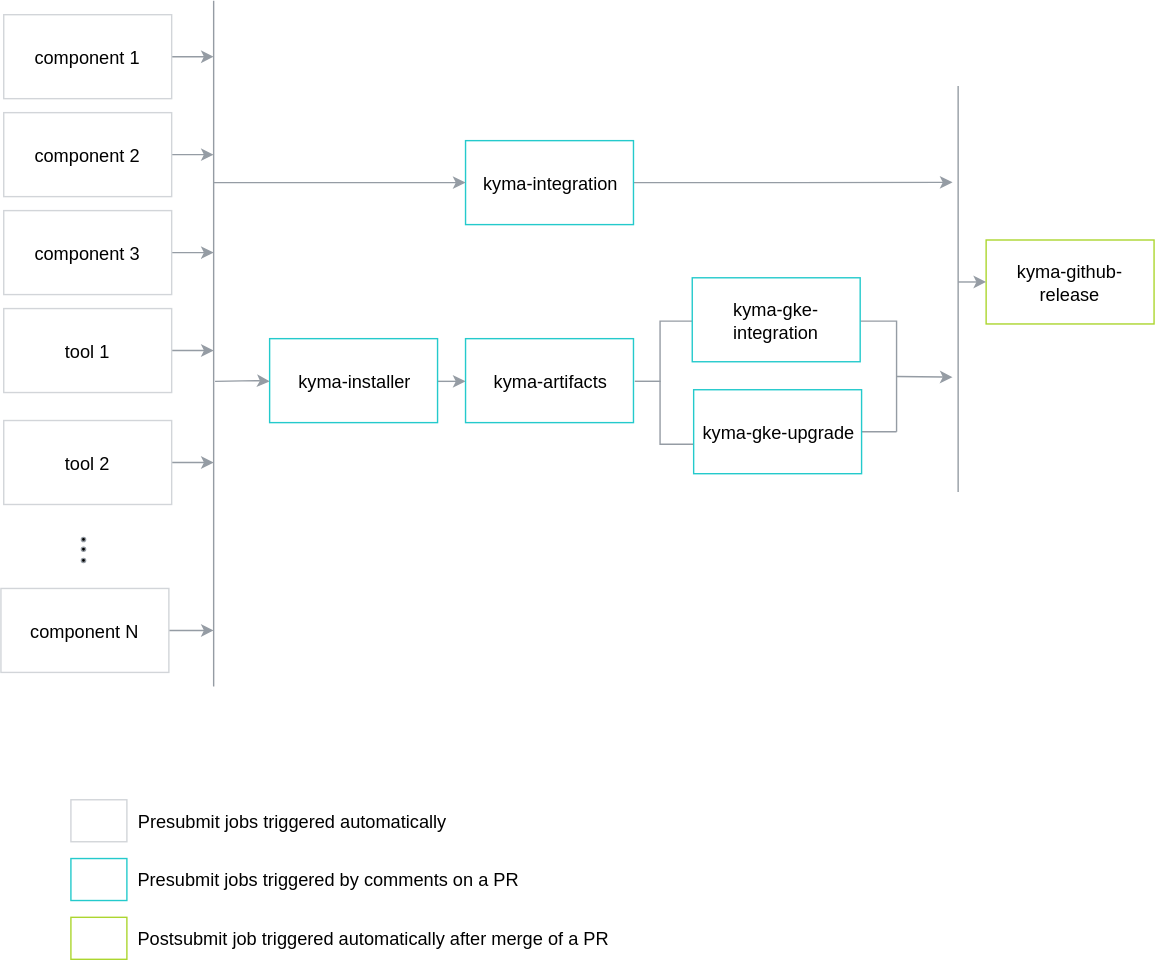
Before: assets/kyma-rel-jobs.svg, a diagram exported from draw.io (kyma-project/community). Source tidied: cells renumbered, new cells last; positions are measured from the earlier drawing's top-left corner, leaving out a move shared by most shapes.
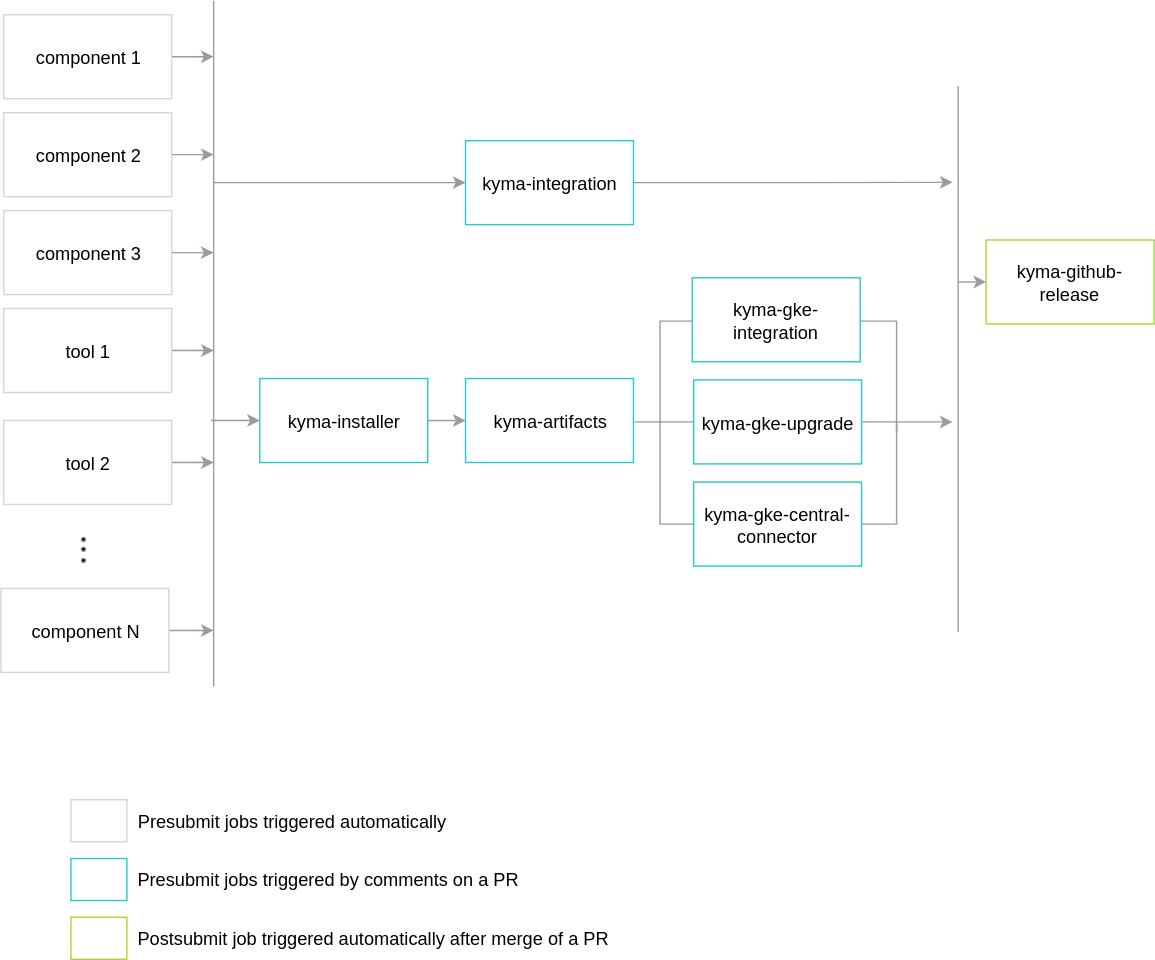
Later version of the same file.

Commit message:
Improve release process instruction

What changed in the source:
```diff
@@ -56,15 +56,12 @@
         <mxPoint x="640" y="308" as="targetPoint" />
       </mxGeometry>
     </mxCell>
-    <mxCell id="15" style="edgeStyle=orthogonalEdgeStyle;rounded=0;html=1;exitX=1;exitY=0.5;entryX=0;entryY=0.5;jettySize=auto;strokeColor=#959CA4;" parent="1" edge="1" source="16" target="18">
+    <mxCell id="15" style="edgeStyle=orthogonalEdgeStyle;rounded=0;html=1;entryX=0;entryY=0.5;jettySize=auto;strokeColor=#959CA4;exitX=1;exitY=0.5;exitDx=0;exitDy=0;" parent="1" edge="1" source="16" target="18">
       <mxGeometry relative="1" as="geometry" />
     </mxCell>
-    <mxCell id="16" value="kyma-installer" style="rounded=0;whiteSpace=wrap;html=1;strokeColor=#24CACC;fontSize=13;" parent="1" vertex="1">
-      <mxGeometry x="192" y="241.5" width="120" height="60" as="geometry" />
-    </mxCell>
-    <mxCell id="17" style="edgeStyle=orthogonalEdgeStyle;rounded=0;html=1;exitX=1;exitY=0.5;exitDx=0;exitDy=0;entryX=0;entryY=0.5;entryDx=0;entryDy=0;endArrow=none;endFill=0;jettySize=auto;orthogonalLoop=1;strokeColor=#959CA4;" parent="1" edge="1">
+    <mxCell id="17" style="edgeStyle=orthogonalEdgeStyle;rounded=0;html=1;entryX=0;entryY=0.5;entryDx=0;entryDy=0;endArrow=none;endFill=0;jettySize=auto;orthogonalLoop=1;strokeColor=#959CA4;" parent="1" edge="1">
       <mxGeometry relative="1" as="geometry">
-        <mxPoint x="453" y="271.5" as="sourcePoint" />
+        <mxPoint x="471" y="301" as="sourcePoint" />
         <mxPoint x="495" y="229" as="targetPoint" />
         <Array as="points">
           <mxPoint x="471" y="272" />
@@ -73,7 +70,7 @@
       </mxGeometry>
     </mxCell>
     <mxCell id="18" value="kyma-artifacts" style="rounded=0;whiteSpace=wrap;html=1;strokeColor=#24CACC;fontSize=13;" parent="1" vertex="1">
-      <mxGeometry x="332" y="241.5" width="120" height="60" as="geometry" />
+      <mxGeometry x="332" y="270" width="120" height="60" as="geometry" />
     </mxCell>
     <mxCell id="19" style="edgeStyle=orthogonalEdgeStyle;rounded=0;html=1;exitX=1;exitY=0.5;jettySize=auto;strokeColor=#959CA4;" parent="1" edge="1" source="20">
       <mxGeometry relative="1" as="geometry">
@@ -127,17 +124,9 @@
         </Array>
       </mxGeometry>
     </mxCell>
-    <mxCell id="33" style="endArrow=classic;html=1;entryX=0;entryY=0.5;strokeColor=#959CA4;" parent="1" edge="1" target="16">
-      <mxGeometry relative="1" as="geometry">
-        <mxPoint x="153" y="272" as="sourcePoint" />
-        <Array as="points">
-          <mxPoint x="182.5" y="271.5" />
-        </Array>
-      </mxGeometry>
-    </mxCell>
     <mxCell id="34" style="endArrow=none;html=1;strokeColor=#959CA4;" parent="1" edge="1">
       <mxGeometry relative="1" as="geometry">
-        <mxPoint x="684" y="351" as="sourcePoint" />
+        <mxPoint x="684" y="451" as="sourcePoint" />
         <mxPoint x="684" y="61" as="targetPoint" />
       </mxGeometry>
     </mxCell>
@@ -152,27 +141,53 @@
         <mxPoint x="640" y="308" as="targetPoint" />
       </mxGeometry>
     </mxCell>
-    <mxCell id="37" style="edgeStyle=orthogonalEdgeStyle;rounded=0;html=1;exitX=0;exitY=0.5;exitDx=0;exitDy=0;entryX=1;entryY=0.5;entryDx=0;entryDy=0;endArrow=none;endFill=0;jettySize=auto;orthogonalLoop=1;strokeColor=#959CA4;" parent="1" edge="1">
+    <mxCell id="37" style="edgeStyle=orthogonalEdgeStyle;rounded=0;html=1;exitX=0;exitY=0.5;exitDx=0;exitDy=0;endArrow=none;endFill=0;jettySize=auto;strokeColor=#959CA4;" parent="1" edge="1" source="38">
       <mxGeometry relative="1" as="geometry">
-        <mxPoint x="496" y="317" as="sourcePoint" />
-        <mxPoint x="453" y="271.5" as="targetPoint" />
+        <mxPoint x="453" y="301" as="targetPoint" />
         <Array as="points">
-          <mxPoint x="471" y="317" />
-          <mxPoint x="471" y="272" />
+          <mxPoint x="460" y="301" />
+          <mxPoint x="460" y="301" />
         </Array>
       </mxGeometry>
     </mxCell>
     <mxCell id="38" value="kyma-gke-upgrade" style="rounded=0;whiteSpace=wrap;html=1;strokeColor=#24CACC;fontSize=13;" parent="1" vertex="1">
-      <mxGeometry x="495" y="278" width="120" height="60" as="geometry" />
+      <mxGeometry x="495" y="271" width="120" height="60" as="geometry" />
     </mxCell>
     <mxCell id="39" style="endArrow=classic;html=1;strokeColor=#959CA4;" parent="1" edge="1">
       <mxGeometry relative="1" as="geometry">
-        <mxPoint x="640" y="268.5" as="sourcePoint" />
-        <mxPoint x="680" y="269" as="targetPoint" />
+        <mxPoint x="640" y="301" as="sourcePoint" />
+        <mxPoint x="680" y="301" as="targetPoint" />
       </mxGeometry>
     </mxCell>
     <mxCell id="40" value="kyma-gke-integration" style="rounded=0;whiteSpace=wrap;html=1;strokeColor=#24CACC;fontSize=13;" parent="1" vertex="1">
       <mxGeometry x="494" y="198" width="120" height="60" as="geometry" />
     </mxCell>
+    <mxCell id="41" value="kyma-gke-central-connector" style="rounded=0;whiteSpace=wrap;html=1;strokeColor=#24CACC;fontSize=13;" parent="1" vertex="1">
+      <mxGeometry x="495" y="344" width="120" height="60" as="geometry" />
+    </mxCell>
+    <mxCell id="42" style="edgeStyle=orthogonalEdgeStyle;rounded=0;html=1;exitX=0;exitY=0.5;exitDx=0;exitDy=0;endArrow=none;endFill=0;jettySize=auto;strokeColor=#959CA4;" parent="1" edge="1" source="41">
+      <mxGeometry relative="1" as="geometry">
+        <mxPoint x="472" y="301" as="targetPoint" />
+        <Array as="points">
+          <mxPoint x="471" y="374" />
+        </Array>
+      </mxGeometry>
+    </mxCell>
+    <mxCell id="43" style="edgeStyle=orthogonalEdgeStyle;rounded=0;html=1;exitX=1;exitY=0.5;exitDx=0;exitDy=0;endArrow=none;endFill=0;jettySize=auto;strokeColor=#959CA4;" parent="1" edge="1" source="41">
+      <mxGeometry relative="1" as="geometry">
+        <mxPoint x="640" y="305" as="targetPoint" />
+        <Array as="points">
+          <mxPoint x="640" y="374" />
+        </Array>
+      </mxGeometry>
+    </mxCell>
+    <mxCell id="16" value="kyma-installer" style="rounded=0;whiteSpace=wrap;html=1;strokeColor=#24CACC;fontSize=13;" parent="1" vertex="1">
+      <mxGeometry x="185" y="270" width="120" height="60" as="geometry" />
+    </mxCell>
+    <mxCell id="44" style="edgeStyle=orthogonalEdgeStyle;rounded=0;html=1;entryX=0;entryY=0.5;jettySize=auto;strokeColor=#959CA4;exitX=1;exitY=0.5;exitDx=0;exitDy=0;entryDx=0;entryDy=0;" parent="1" edge="1" target="16">
+      <mxGeometry relative="1" as="geometry">
+        <mxPoint x="150" y="300" as="sourcePoint" />
+      </mxGeometry>
+    </mxCell>
   </root>
 </mxGraphModel>
```
